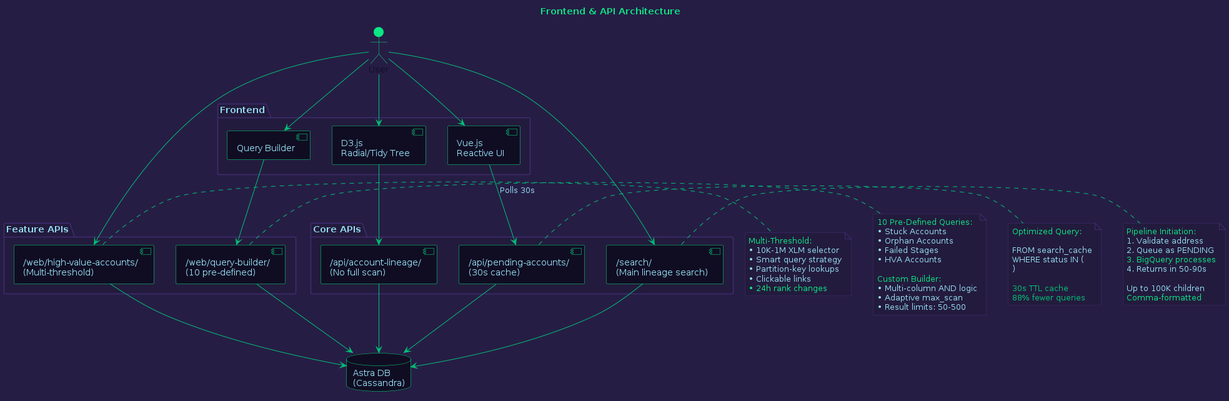
Before: diagrams/04_frontend_api.png, a diagram exported from PlantUML (areveur51/StellarMapWeb).
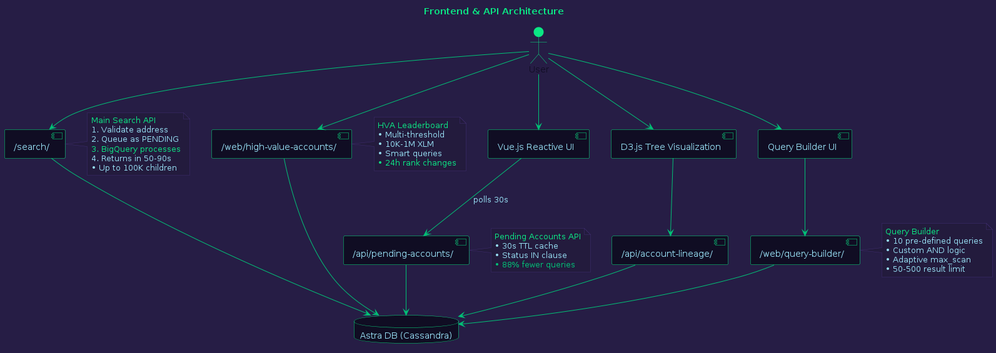
The same diagram one commit later.

Commit message:
Update diagrams to show top-down architecture and relationships

What changed in the source:
```diff
@@ -2,6 +2,8 @@
 
 skinparam backgroundColor #261D45
 skinparam defaultFontColor #96DDF2
+
+top to bottom direction
 
 skinparam component {
   BackgroundColor #100D23
@@ -13,12 +15,6 @@
 skinparam database {
   BackgroundColor #100D23
   BorderColor #0BE784
-  FontColor #96DDF2
-}
-
-skinparam package {
-  BackgroundColor #231B3D
-  BorderColor #3f2c70
   FontColor #96DDF2
 }
 
@@ -36,87 +32,66 @@
 
 title <color:#0BE784>Frontend & API Architecture
 
-top to bottom direction
-
 actor User #0BE784
 
-package "Frontend" #231B3D {
-  component "Vue.js\nReactive UI" as Vue
-  component "D3.js\nRadial/Tidy Tree" as D3
-  component "Query Builder" as QueryBuilder
-}
+component "Vue.js Reactive UI" as Vue
+component "D3.js Tree Visualization" as D3
+component "Query Builder UI" as QueryBuilder
 
-package "Core APIs" #231B3D {
-  component "/api/pending-accounts/\n(30s cache)" as PendingAPI
-  component "/search/\n(Main lineage search)" as SearchAPI
-  component "/api/account-lineage/\n(No full scan)" as LineageAPI
-}
+component "/api/pending-accounts/" as PendingAPI
+component "/api/account-lineage/" as LineageAPI
+component "/web/query-builder/" as QueryBuilderAPI
+component "/search/" as SearchAPI
+component "/web/high-value-accounts/" as HVAAPI
 
-package "Feature APIs" #231B3D {
-  component "/web/high-value-accounts/\n(Multi-threshold)" as HVAAPI
-  component "/web/query-builder/\n(10 pre-defined)" as QueryBuilderAPI
-}
+database "Astra DB (Cassandra)" as DB
 
-database "Astra DB\n(Cassandra)" as DB
+User -down-> Vue
+User -down-> D3
+User -down-> QueryBuilder
+User -down-> SearchAPI
+User -down-> HVAAPI
 
-User -[#01C176]-> Vue
-User -[#01C176]-> D3
-User -[#01C176]-> QueryBuilder
+Vue -down-> PendingAPI : "polls 30s"
+D3 -down-> LineageAPI
+QueryBuilder -down-> QueryBuilderAPI
 
-Vue -[#01C176]-> PendingAPI : "Polls 30s"
-User -[#01C176]-> SearchAPI
-D3 -[#01C176]-> LineageAPI
-User -[#01C176]-> HVAAPI
-QueryBuilder -[#01C176]-> QueryBuilderAPI
+PendingAPI -down-> DB
+LineageAPI -down-> DB
+QueryBuilderAPI -down-> DB
+SearchAPI -down-> DB
+HVAAPI -down-> DB
 
-PendingAPI -[#01C176]-> DB
-SearchAPI -[#01C176]-> DB
-LineageAPI -[#01C176]-> DB
-HVAAPI -[#01C176]-> DB
-QueryBuilderAPI -[#01C176]-> DB
-
-note right of PendingAPI #231B3D
-  <color:#0BE784>Optimized Query:
-
-  <color:#96DDF2>FROM search_cache
-  WHERE status IN (
-  )
-
-  <color:#01C176>30s TTL cache
-  <color:#01C176>88% fewer queries
+note right of PendingAPI
+  <color:#0BE784>Pending Accounts API
+  <color:#96DDF2>• 30s TTL cache
+  <color:#96DDF2>• Status IN clause
+  <color:#01C176>• 88% fewer queries
 end note
 
-note right of SearchAPI #231B3D
-  <color:#0BE784>Pipeline Initiation:
+note right of SearchAPI
+  <color:#0BE784>Main Search API
   <color:#96DDF2>1. Validate address
   <color:#96DDF2>2. Queue as PENDING
   <color:#0BE784>3. BigQuery processes
   <color:#96DDF2>4. Returns in 50-90s
-
-  <color:#96DDF2>Up to 100K children
-  <color:#0BE784>Comma-formatted
+  <color:#96DDF2>• Up to 100K children
 end note
 
-note right of HVAAPI #231B3D
-  <color:#0BE784>Multi-Threshold:
-  <color:#96DDF2>• 10K-1M XLM selector
-  <color:#96DDF2>• Smart query strategy
-  <color:#96DDF2>• Partition-key lookups
-  <color:#96DDF2>• Clickable links
+note right of HVAAPI
+  <color:#0BE784>HVA Leaderboard
+  <color:#96DDF2>• Multi-threshold
+  <color:#96DDF2>• 10K-1M XLM
+  <color:#96DDF2>• Smart queries
   <color:#0BE784>• 24h rank changes
 end note
 
-note right of QueryBuilderAPI #231B3D
-  <color:#0BE784>10 Pre-Defined Queries:
-  <color:#96DDF2>• Stuck Accounts
-  <color:#96DDF2>• Orphan Accounts
-  <color:#96DDF2>• Failed Stages
-  <color:#96DDF2>• HVA Accounts
-
-  <color:#0BE784>Custom Builder:
-  <color:#96DDF2>• Multi-column AND logic
+note right of QueryBuilderAPI
+  <color:#0BE784>Query Builder
+  <color:#96DDF2>• 10 pre-defined queries
+  <color:#96DDF2>• Custom AND logic
   <color:#96DDF2>• Adaptive max_scan
-  <color:#96DDF2>• Result limits: 50-500
+  <color:#96DDF2>• 50-500 result limit
 end note
 
 @enduml
```
